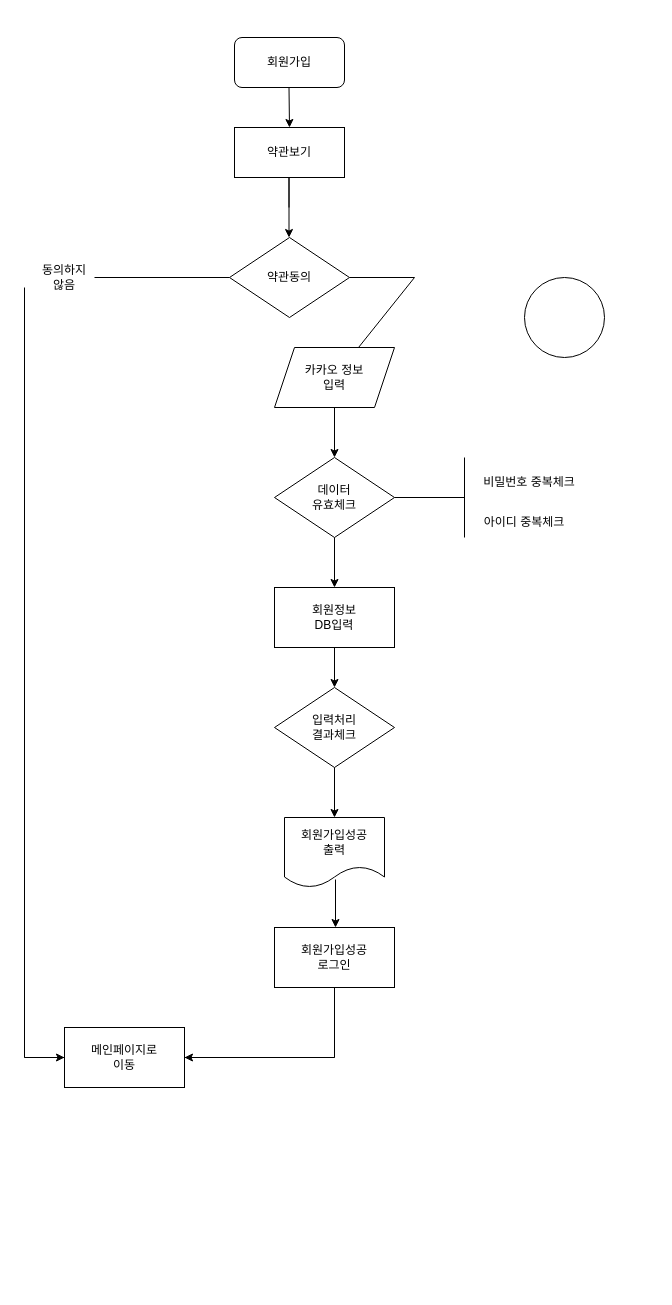
Earlier version of the draw.io diagram Untitled Diagram.drawio (Leeseunghwan7305/mobileProgrammingFlowChart). Source tidied: cells renumbered, new cells numbered last; positions are measured from the earlier drawing's top-left corner, leaving out a move shared by most shapes. Both pictures are drawn from the tidied source at 100%, with x=0, y=0 at pixel (24, 37).
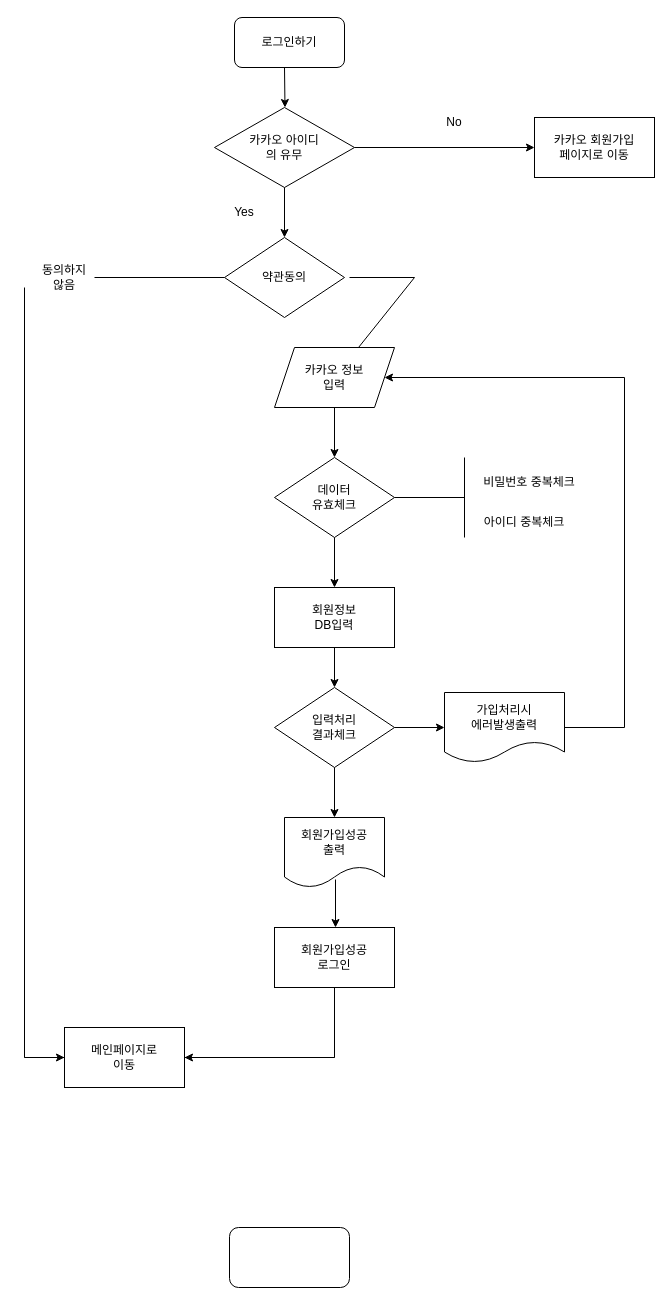
The same diagram, later.

Unchanged cells that the change refers to:
```xml
<mxCell id="10" value="카카오 정보&lt;br&gt;입력" style="shape=parallelogram;perimeter=parallelogramPerimeter;whiteSpace=wrap;html=1;fixedSize=1;" parent="1" vertex="1">
  <mxGeometry x="250" y="310" width="120" height="60" as="geometry" />
</mxCell>
<mxCell id="16" value="입력처리&lt;br&gt;결과체크" style="rhombus;whiteSpace=wrap;html=1;" parent="1" vertex="1">
  <mxGeometry x="250" y="650" width="120" height="80" as="geometry" />
</mxCell>
```

The edit, as a diff of the source:
```diff
@@
-    <mxCell id="2" value="회원가입" style="rounded=1;whiteSpace=wrap;html=1;" parent="1" vertex="1">
-      <mxGeometry x="210" width="110" height="50" as="geometry" />
+    <mxCell id="2" value="로그인하기" style="rounded=1;whiteSpace=wrap;html=1;" parent="1" vertex="1">
+      <mxGeometry x="210" y="-20" width="110" height="50" as="geometry" />
     </mxCell>
-    <mxCell id="3" style="ellipse;whiteSpace=wrap;html=1;" parent="1" vertex="1">
-      <mxGeometry x="500" y="240" width="80" height="80" as="geometry" />
-    </mxCell>
     <mxCell id="4" style="endArrow=classic;html=1;rounded=0;" parent="1" edge="1">
       <mxGeometry relative="1" as="geometry">
-        <mxPoint x="264.5" y="50" as="sourcePoint" />
-        <mxPoint x="265" y="90" as="targetPoint" />
+        <mxPoint x="260" y="30" as="sourcePoint" />
+        <mxPoint x="260.5" y="70" as="targetPoint" />
       </mxGeometry>
     </mxCell>
-    <mxCell id="5" value="약관보기" style="rounded=0;whiteSpace=wrap;html=1;" parent="1" vertex="1">
-      <mxGeometry x="210" y="90" width="110" height="50" as="geometry" />
-    </mxCell>
-    <mxCell id="6" style="endArrow=classic;html=1;rounded=0;" parent="1" edge="1">
+    <mxCell id="6" style="endArrow=classic;html=1;rounded=0;entryX=0.5;entryY=0;entryDx=0;entryDy=0;" parent="1" edge="1" target="7">
       <mxGeometry relative="1" as="geometry">
-        <mxPoint x="264.5" y="170" as="sourcePoint" />
-        <mxPoint x="264.5" y="200" as="targetPoint" />
+        <mxPoint x="260" y="180" as="sourcePoint" />
         <Array as="points">
-          <mxPoint x="264.5" y="140" />
+          <mxPoint x="260" y="150" />
         </Array>
       </mxGeometry>
     </mxCell>
     <mxCell id="7" value="약관동의" style="rhombus;whiteSpace=wrap;html=1;" parent="1" vertex="1">
-      <mxGeometry x="205" y="200" width="120" height="80" as="geometry" />
+      <mxGeometry x="200" y="200" width="120" height="80" as="geometry" />
     </mxCell>
@@
+    <mxCell id="34" style="endArrow=classic;html=1;rounded=0;exitX=1;exitY=0.5;exitDx=0;exitDy=0;" parent="1" edge="1" source="16" target="35">
+      <mxGeometry relative="1" as="geometry" />
+    </mxCell>
+    <mxCell id="35" value="가입처리시&lt;br&gt;에러발생출력" style="shape=document;whiteSpace=wrap;html=1;boundedLbl=1;" parent="1" vertex="1">
+      <mxGeometry x="420" y="655" width="120" height="70" as="geometry" />
+    </mxCell>
+    <mxCell id="36" style="endArrow=none;html=1;rounded=0;exitX=1;exitY=0.5;exitDx=0;exitDy=0;" parent="1" edge="1" source="35">
+      <mxGeometry relative="1" as="geometry">
+        <mxPoint x="600" y="690" as="targetPoint" />
+      </mxGeometry>
+    </mxCell>
+    <mxCell id="37" style="endArrow=none;html=1;rounded=0;" parent="1" edge="1">
+      <mxGeometry relative="1" as="geometry">
+        <mxPoint x="600" y="690" as="sourcePoint" />
+        <mxPoint x="600" y="340" as="targetPoint" />
+      </mxGeometry>
+    </mxCell>
+    <mxCell id="38" style="endArrow=classic;html=1;rounded=0;" parent="1" edge="1" target="10">
+      <mxGeometry relative="1" as="geometry">
+        <mxPoint x="600" y="340" as="sourcePoint" />
+      </mxGeometry>
+    </mxCell>
+    <mxCell id="39" value="카카오 아이디&lt;br&gt;의 유무" style="rhombus;whiteSpace=wrap;html=1;" parent="1" vertex="1">
+      <mxGeometry x="190" y="70" width="140" height="80" as="geometry" />
+    </mxCell>
+    <mxCell id="40" value="Yes" style="text;html=1;strokeColor=none;fillColor=none;align=center;verticalAlign=middle;whiteSpace=wrap;rounded=0;" parent="1" vertex="1">
+      <mxGeometry x="190" y="160" width="60" height="30" as="geometry" />
+    </mxCell>
+    <mxCell id="41" value="No" style="text;html=1;strokeColor=none;fillColor=none;align=center;verticalAlign=middle;whiteSpace=wrap;rounded=0;" parent="1" vertex="1">
+      <mxGeometry x="400" y="70" width="60" height="30" as="geometry" />
+    </mxCell>
+    <mxCell id="42" style="endArrow=classic;html=1;rounded=0;exitX=1;exitY=0.5;exitDx=0;exitDy=0;entryX=0;entryY=0.5;entryDx=0;entryDy=0;" parent="1" edge="1" source="39" target="43">
+      <mxGeometry relative="1" as="geometry" />
+    </mxCell>
+    <mxCell id="43" value="카카오 회원가입&lt;br&gt;페이지로 이동" style="rounded=0;whiteSpace=wrap;html=1;" parent="1" vertex="1">
+      <mxGeometry x="510" y="80" width="120" height="60" as="geometry" />
+    </mxCell>
+    <mxCell id="44" style="rounded=1;whiteSpace=wrap;html=1;" parent="1" vertex="1">
+      <mxGeometry x="205" y="1190" width="120" height="60" as="geometry" />
+    </mxCell>
```
